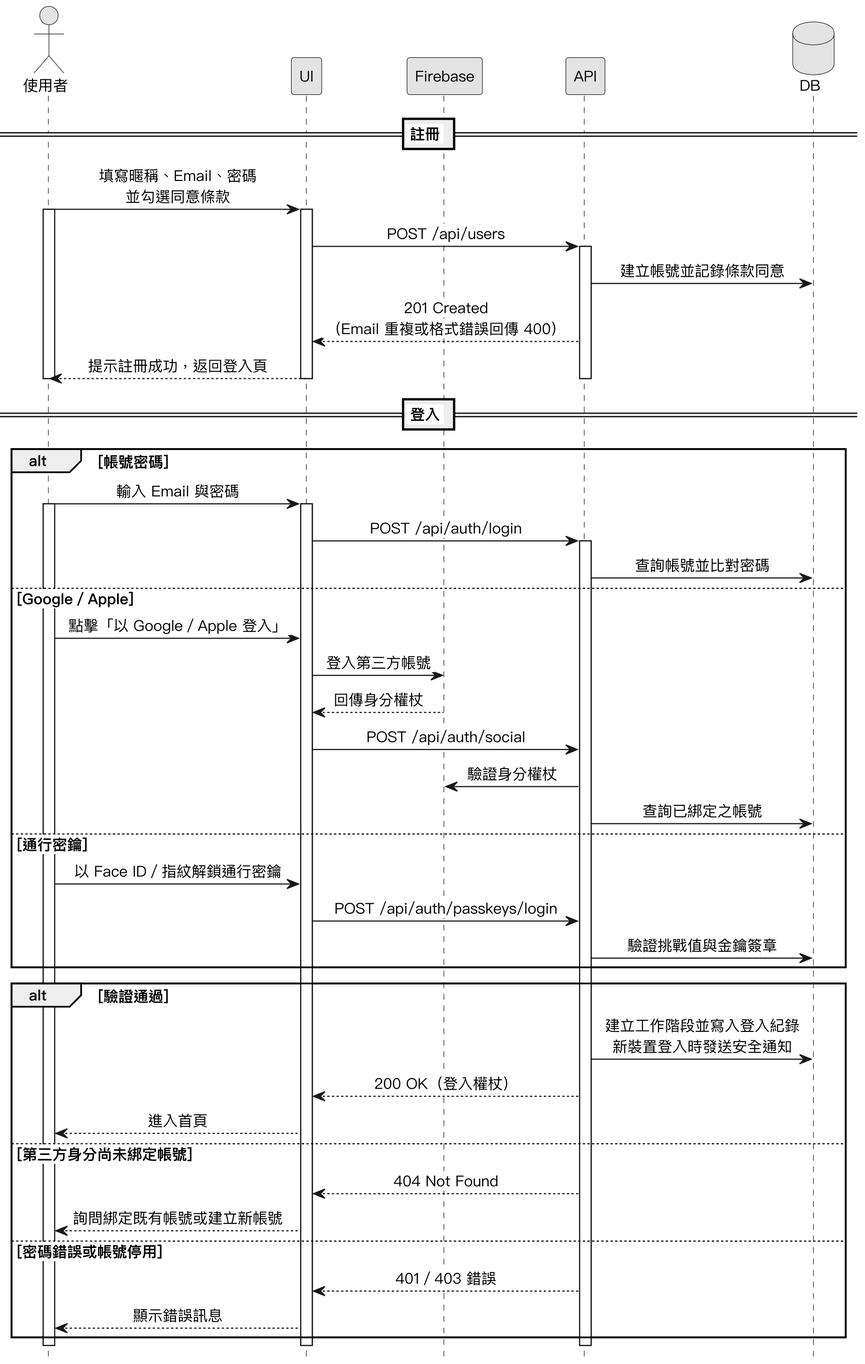
Before: Diagrams/Sequence Diagrams/v3/seq_auth.png, a diagram exported from PlantUML (SaveMyBook/SaveMyBook).
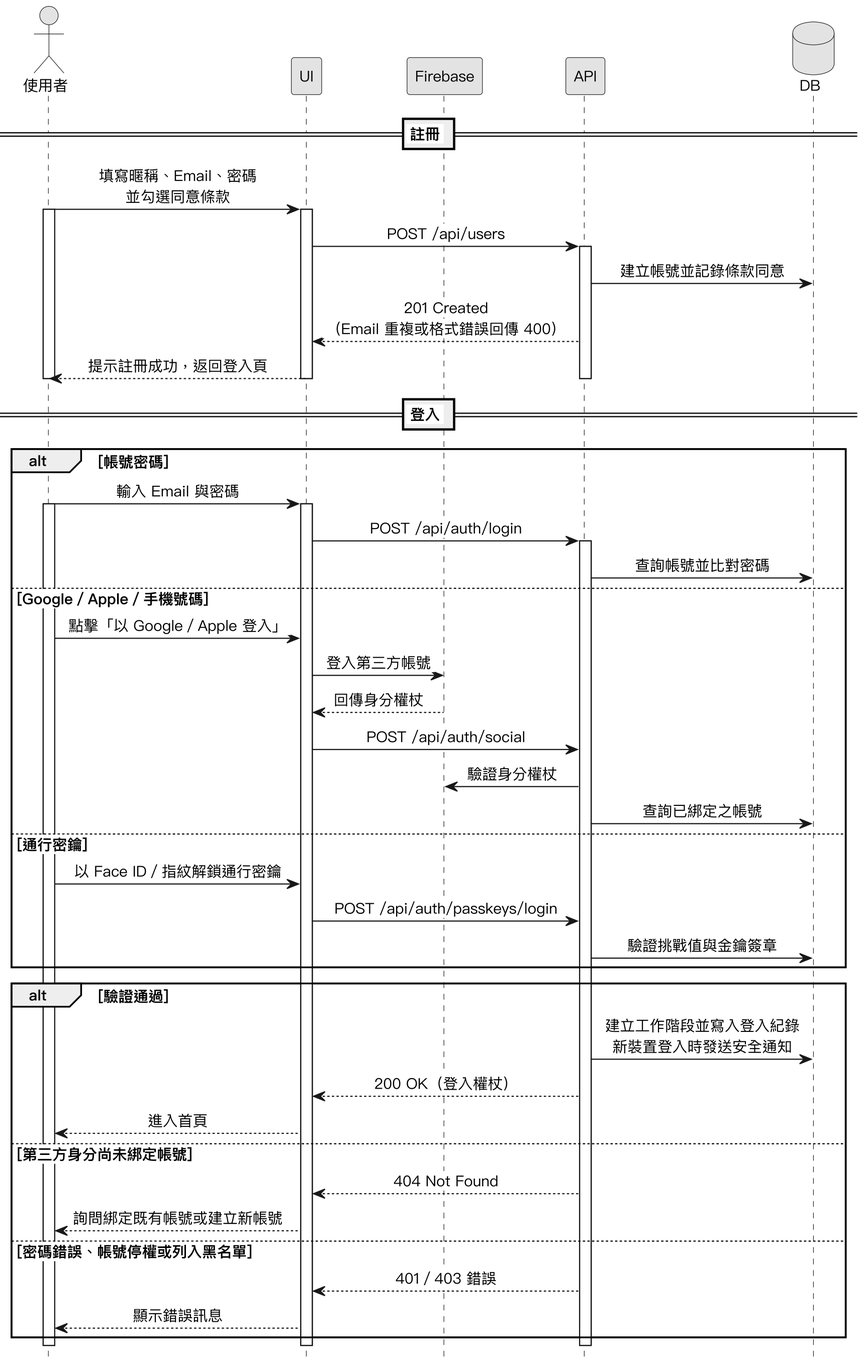
Above is the later version.

The edit, as a diff of the source:
```diff
@@ -35,7 +35,7 @@
   UI -> API : POST /api/auth/login
   activate API
   API -> DB : 查詢帳號並比對密碼
-else Google／Apple
+else Google／Apple／手機號碼
   使用者 -> UI : 點擊「以 Google／Apple 登入」
   UI -> Firebase : 登入第三方帳號
   Firebase --> UI : 回傳身分權杖
@@ -55,7 +55,7 @@
 else 第三方身分尚未綁定帳號
   API --> UI : 404 Not Found
   UI --> 使用者 : 詢問綁定既有帳號或建立新帳號
-else 密碼錯誤或帳號停用
+else 密碼錯誤、帳號停權或列入黑名單
   API --> UI : 401／403 錯誤
   UI --> 使用者 : 顯示錯誤訊息
 end
```
